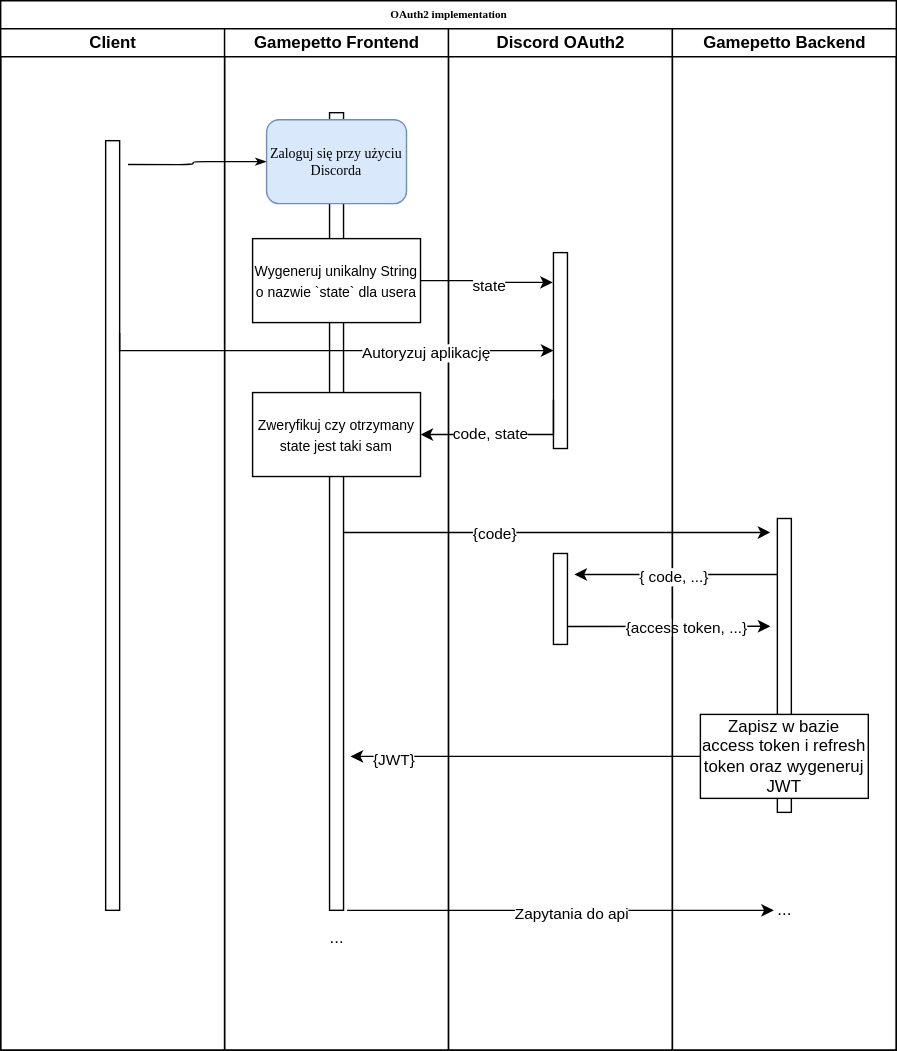
This is gamepetto/Gamepetto OAuth.svg from improvise-intend-implement/organization, a draw.io export, as it was before one commit. Source tidied: cells renumbered, new cells last; positions are measured from the earlier drawing's top-left corner, leaving out a move shared by most shapes.
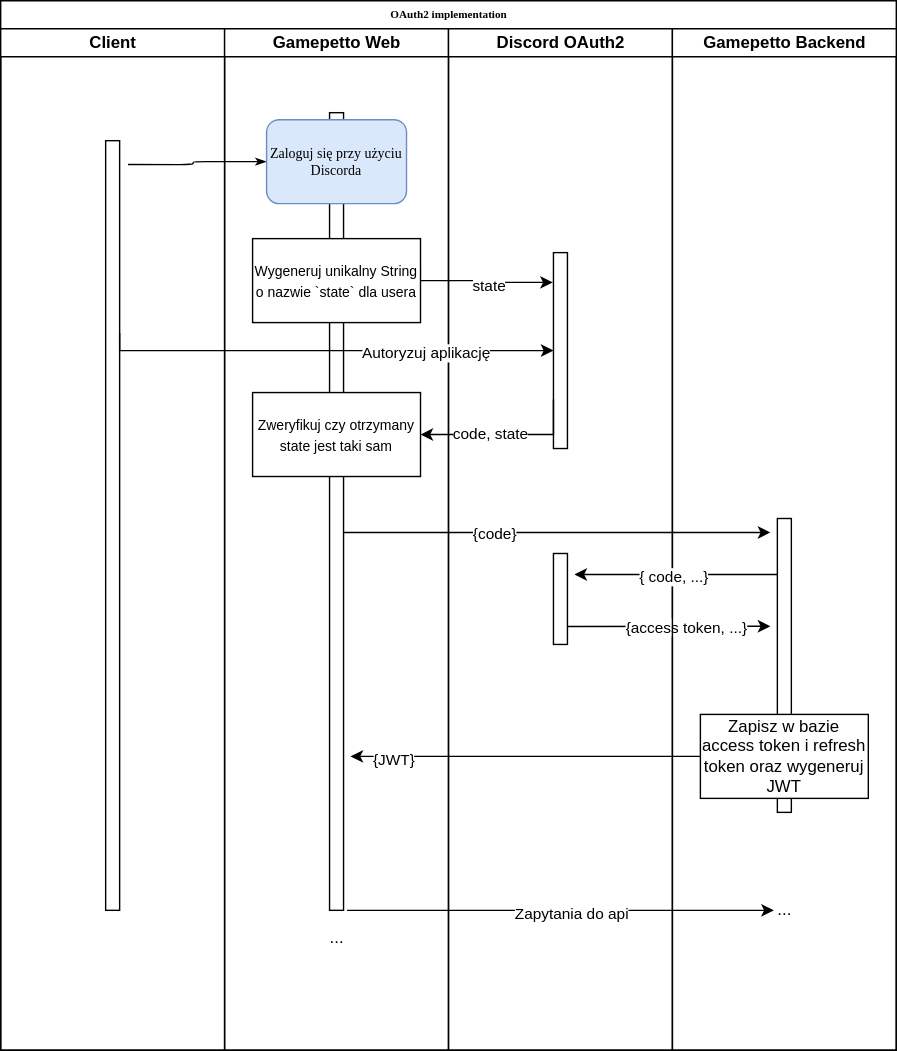
After the change.

Commit message:
nazewnictwo na Web

Diff of the diagram source:
```diff
@@ -14,7 +14,7 @@
     <mxCell id="5" style="edgeStyle=orthogonalEdgeStyle;rounded=1;html=1;labelBackgroundColor=none;startArrow=none;startFill=0;startSize=5;endArrow=classicThin;endFill=1;endSize=5;jettySize=auto;strokeWidth=1;fontFamily=Verdana;fontSize=8;exitX=1.6;exitY=0.031;exitDx=0;exitDy=0;exitPerimeter=0;" parent="2" edge="1" source="4" target="9">
       <mxGeometry relative="1" as="geometry" />
     </mxCell>
-    <mxCell id="6" value="Gamepetto Frontend" style="swimlane;html=1;startSize=20;" parent="2" vertex="1">
+    <mxCell id="6" value="Gamepetto Web" style="swimlane;html=1;startSize=20;" parent="2" vertex="1">
       <mxGeometry x="160" y="20" width="160" height="730" as="geometry" />
     </mxCell>
     <mxCell id="7" style="edgeStyle=orthogonalEdgeStyle;rounded=0;jettySize=auto;html=1;entryX=0.5;entryY=0;entryDx=0;entryDy=0;" parent="6" edge="1" source="9" target="10">
```
